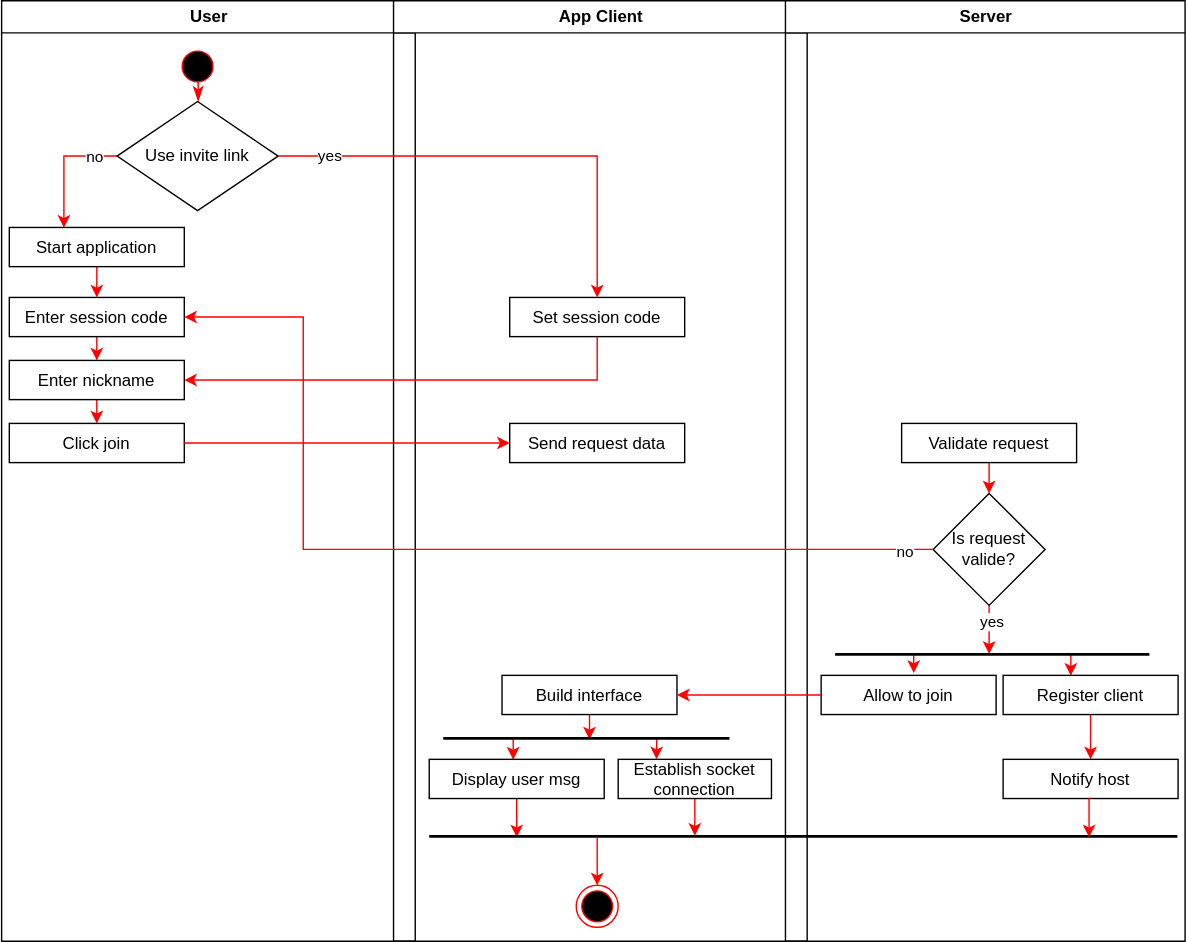
This is use-cases/activity_diagrams/join_session.svg from MaxiLambda/LectureFeed-Docs, a draw.io export, as it was before one commit. Source tidied: cells renumbered, new cells last; positions are measured from the earlier drawing's top-left corner, leaving out a move shared by most shapes.
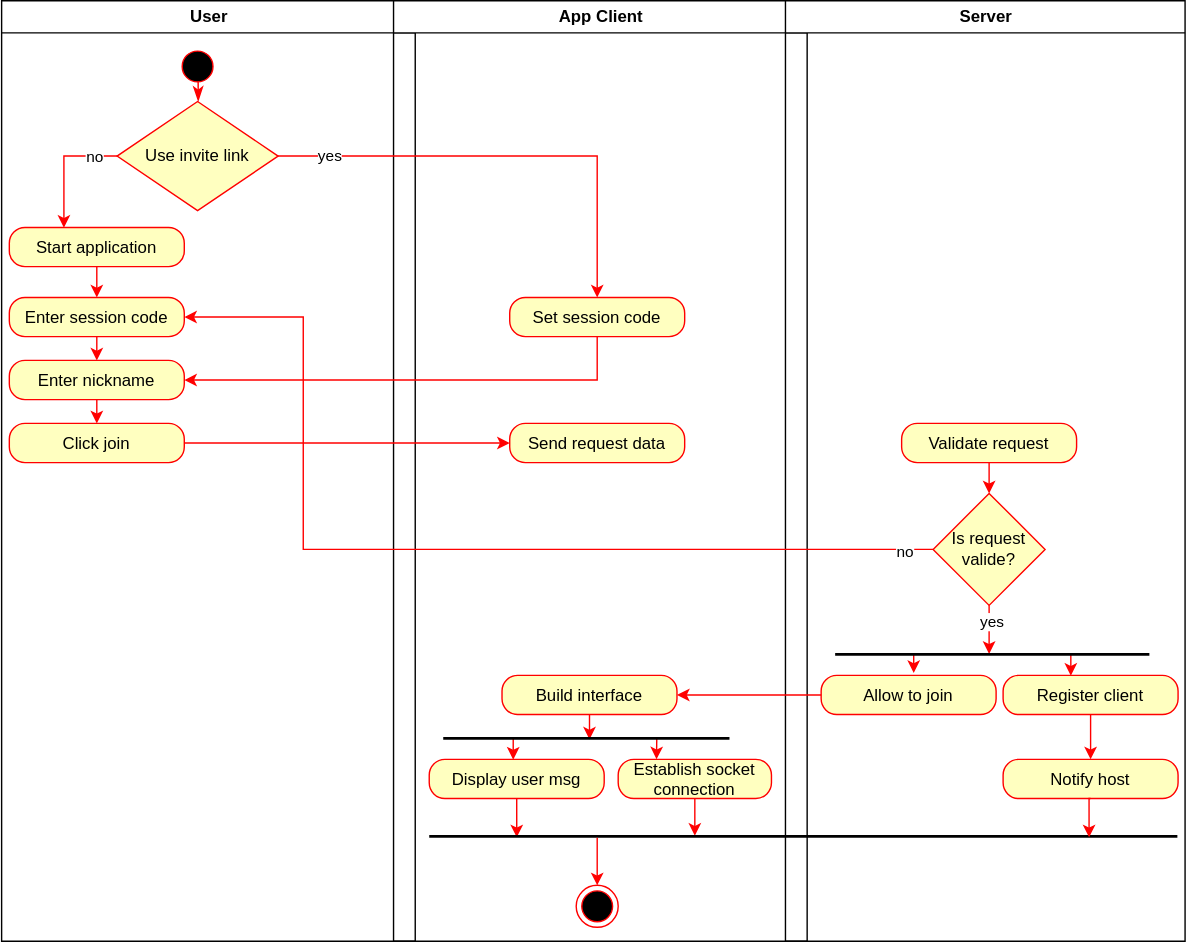
After the commit.

The edit, as a diff of the source:
```diff
@@ -19,28 +19,28 @@
         <mxPoint x="-5" y="2" as="offset" />
       </mxGeometry>
     </mxCell>
-    <mxCell id="7" value="Use invite link" style="rhombus;whiteSpace=wrap;html=1;direction=south;" parent="2" vertex="1">
+    <mxCell id="7" value="Use invite link" style="rhombus;whiteSpace=wrap;html=1;direction=south;strokeColor=#ff0000;fillColor=#ffffc0;" parent="2" vertex="1">
       <mxGeometry x="82.5" y="72" width="115" height="78" as="geometry" />
     </mxCell>
     <mxCell id="8" style="edgeStyle=orthogonalEdgeStyle;rounded=0;jettySize=auto;html=1;exitX=0.5;exitY=1;exitDx=0;exitDy=0;entryX=0.5;entryY=0;entryDx=0;entryDy=0;strokeColor=#FF0000;" parent="2" edge="1" source="9" target="11">
       <mxGeometry relative="1" as="geometry" />
     </mxCell>
-    <mxCell id="9" value="Start application" parent="2" vertex="1">
+    <mxCell id="9" value="Start application" style="rounded=1;fontColor=#000000;strokeColor=#ff0000;fillColor=#ffffc0;arcSize=40;" parent="2" vertex="1">
       <mxGeometry x="5.5" y="162" width="125" height="28" as="geometry" />
     </mxCell>
     <mxCell id="10" style="edgeStyle=orthogonalEdgeStyle;rounded=0;jettySize=auto;html=1;exitX=0.5;exitY=1;exitDx=0;exitDy=0;entryX=0.5;entryY=0;entryDx=0;entryDy=0;strokeColor=#FF0000;" parent="2" edge="1" source="11" target="13">
       <mxGeometry relative="1" as="geometry" />
     </mxCell>
-    <mxCell id="11" value="Enter session code" parent="2" vertex="1">
+    <mxCell id="11" value="Enter session code" style="rounded=1;fontColor=#000000;strokeColor=#ff0000;fillColor=#ffffc0;arcSize=40;" parent="2" vertex="1">
       <mxGeometry x="5.5" y="212" width="125" height="28" as="geometry" />
     </mxCell>
     <mxCell id="12" style="edgeStyle=orthogonalEdgeStyle;rounded=0;jettySize=auto;html=1;exitX=0.5;exitY=1;exitDx=0;exitDy=0;entryX=0.5;entryY=0;entryDx=0;entryDy=0;strokeColor=#FF0000;" parent="2" edge="1" source="13" target="14">
       <mxGeometry relative="1" as="geometry" />
     </mxCell>
-    <mxCell id="13" value="Enter nickname" parent="2" vertex="1">
+    <mxCell id="13" value="Enter nickname" style="rounded=1;fontColor=#000000;strokeColor=#ff0000;fillColor=#ffffc0;arcSize=40;" parent="2" vertex="1">
       <mxGeometry x="5.5" y="257" width="125" height="28" as="geometry" />
     </mxCell>
-    <mxCell id="14" value="Click join" parent="2" vertex="1">
+    <mxCell id="14" value="Click join" style="rounded=1;fontColor=#000000;strokeColor=#ff0000;fillColor=#ffffc0;arcSize=40;" parent="2" vertex="1">
       <mxGeometry x="5.5" y="302" width="125" height="28" as="geometry" />
     </mxCell>
     <mxCell id="15" value="App Client" style="swimlane;whiteSpace=wrap;startSize=23;" parent="1" vertex="1">
@@ -49,16 +49,16 @@
     <mxCell id="16" style="ellipse;html=1;shape=endState;fillColor=#000000;strokeColor=#ff0000;" parent="15" vertex="1">
       <mxGeometry x="130.5" y="632" width="30" height="30" as="geometry" />
     </mxCell>
-    <mxCell id="17" value="Set session code" parent="15" vertex="1">
+    <mxCell id="17" value="Set session code" style="rounded=1;fontColor=#000000;strokeColor=#ff0000;fillColor=#ffffc0;arcSize=40;" parent="15" vertex="1">
       <mxGeometry x="83" y="212" width="125" height="28" as="geometry" />
     </mxCell>
-    <mxCell id="18" value="Send request data" parent="15" vertex="1">
+    <mxCell id="18" value="Send request data" style="rounded=1;fontColor=#000000;strokeColor=#ff0000;fillColor=#ffffc0;arcSize=40;" parent="15" vertex="1">
       <mxGeometry x="83" y="302" width="125" height="28" as="geometry" />
     </mxCell>
     <mxCell id="19" style="edgeStyle=orthogonalEdgeStyle;rounded=0;jettySize=auto;html=1;exitX=0.5;exitY=1;exitDx=0;exitDy=0;entryX=0.511;entryY=0.578;entryDx=0;entryDy=0;entryPerimeter=0;strokeColor=#FF0000;" parent="15" edge="1" source="20" target="23">
       <mxGeometry relative="1" as="geometry" />
     </mxCell>
-    <mxCell id="20" value="Build interface" parent="15" vertex="1">
+    <mxCell id="20" value="Build interface" style="rounded=1;fontColor=#000000;strokeColor=#ff0000;fillColor=#ffffc0;arcSize=40;" parent="15" vertex="1">
       <mxGeometry x="77.5" y="482" width="125" height="28" as="geometry" />
     </mxCell>
     <mxCell id="21" style="edgeStyle=orthogonalEdgeStyle;rounded=0;jettySize=auto;html=1;exitX=0.25;exitY=0.5;exitDx=0;exitDy=0;exitPerimeter=0;entryX=0.48;entryY=0.008;entryDx=0;entryDy=0;entryPerimeter=0;strokeColor=#FF0000;" parent="15" edge="1" source="23" target="25">
@@ -73,13 +73,13 @@
     <mxCell id="24" style="edgeStyle=orthogonalEdgeStyle;rounded=0;jettySize=auto;html=1;entryX=0.117;entryY=0.574;entryDx=0;entryDy=0;entryPerimeter=0;strokeColor=#FF0000;" parent="15" edge="1" source="25" target="28">
       <mxGeometry relative="1" as="geometry" />
     </mxCell>
-    <mxCell id="25" value="Display user msg" parent="15" vertex="1">
+    <mxCell id="25" value="Display user msg" style="rounded=1;fontColor=#000000;strokeColor=#ff0000;fillColor=#ffffc0;arcSize=40;" parent="15" vertex="1">
       <mxGeometry x="25.5" y="542" width="125" height="28" as="geometry" />
     </mxCell>
     <mxCell id="26" style="edgeStyle=orthogonalEdgeStyle;rounded=0;jettySize=auto;html=1;exitX=0.5;exitY=1;exitDx=0;exitDy=0;entryX=0.355;entryY=0.458;entryDx=0;entryDy=0;entryPerimeter=0;strokeColor=#FF0000;" parent="15" edge="1" source="27" target="28">
       <mxGeometry relative="1" as="geometry" />
     </mxCell>
-    <mxCell id="27" value="Establish socket &#10;connection" parent="15" vertex="1">
+    <mxCell id="27" value="Establish socket &#10;connection" style="rounded=1;fontColor=#000000;strokeColor=#ff0000;fillColor=#ffffc0;arcSize=40;" parent="15" vertex="1">
       <mxGeometry x="160.5" y="542" width="109.5" height="28" as="geometry" />
     </mxCell>
     <mxCell id="28" style="line;strokeWidth=2;html=1;" parent="15" vertex="1">
@@ -99,7 +99,7 @@
     <mxCell id="31" style="edgeStyle=orthogonalEdgeStyle;rounded=0;jettySize=auto;html=1;exitX=0.5;exitY=1;exitDx=0;exitDy=0;entryX=0.5;entryY=0;entryDx=0;entryDy=0;strokeColor=#FF0000;" parent="30" edge="1" source="32" target="35">
       <mxGeometry relative="1" as="geometry" />
     </mxCell>
-    <mxCell id="32" value="Validate request" parent="30" vertex="1">
+    <mxCell id="32" value="Validate request" style="rounded=1;fontColor=#000000;strokeColor=#ff0000;fillColor=#ffffc0;arcSize=40;" parent="30" vertex="1">
       <mxGeometry x="83" y="302" width="125" height="28" as="geometry" />
     </mxCell>
     <mxCell id="33" style="edgeStyle=orthogonalEdgeStyle;rounded=0;jettySize=auto;html=1;exitX=0.5;exitY=1;exitDx=0;exitDy=0;entryX=0.49;entryY=0.467;entryDx=0;entryDy=0;entryPerimeter=0;strokeColor=#FF0000;" parent="30" edge="1" source="35" target="38">
@@ -108,7 +108,7 @@
     <mxCell id="34" value="yes" style="edgeLabel;html=1;align=center;verticalAlign=middle;" parent="33" vertex="1">
       <mxGeometry x="-0.31" y="1" relative="1" as="geometry" />
     </mxCell>
-    <mxCell id="35" value="Is request&lt;br&gt;valide?" style="rhombus;whiteSpace=wrap;html=1;" parent="30" vertex="1">
+    <mxCell id="35" value="Is request&lt;br&gt;valide?" style="rhombus;whiteSpace=wrap;html=1;strokeColor=#ff0000;fillColor=#ffffc0;" parent="30" vertex="1">
       <mxGeometry x="105.5" y="352" width="80" height="80" as="geometry" />
     </mxCell>
     <mxCell id="36" style="edgeStyle=orthogonalEdgeStyle;rounded=0;jettySize=auto;html=1;exitX=0.25;exitY=0.5;exitDx=0;exitDy=0;exitPerimeter=0;entryX=0.529;entryY=-0.062;entryDx=0;entryDy=0;entryPerimeter=0;strokeColor=#FF0000;" parent="30" edge="1" source="38" target="39">
@@ -120,16 +120,16 @@
     <mxCell id="38" style="line;strokeWidth=2;html=1;" parent="30" vertex="1">
       <mxGeometry x="35.5" y="462" width="224.5" height="10" as="geometry" />
     </mxCell>
-    <mxCell id="39" value="Allow to join" parent="30" vertex="1">
+    <mxCell id="39" value="Allow to join" style="rounded=1;fontColor=#000000;strokeColor=#ff0000;fillColor=#ffffc0;arcSize=40;" parent="30" vertex="1">
       <mxGeometry x="25.5" y="482" width="125" height="28" as="geometry" />
     </mxCell>
     <mxCell id="40" style="edgeStyle=orthogonalEdgeStyle;rounded=0;jettySize=auto;html=1;exitX=0.5;exitY=1;exitDx=0;exitDy=0;entryX=0.5;entryY=0;entryDx=0;entryDy=0;strokeColor=#FF0000;" parent="30" edge="1" source="41" target="42">
       <mxGeometry relative="1" as="geometry" />
     </mxCell>
-    <mxCell id="41" value="Register client" parent="30" vertex="1">
+    <mxCell id="41" value="Register client" style="rounded=1;fontColor=#000000;strokeColor=#ff0000;fillColor=#ffffc0;arcSize=40;" parent="30" vertex="1">
       <mxGeometry x="155.5" y="482" width="125" height="28" as="geometry" />
     </mxCell>
-    <mxCell id="42" value="Notify host" parent="30" vertex="1">
+    <mxCell id="42" value="Notify host" style="rounded=1;fontColor=#000000;strokeColor=#ff0000;fillColor=#ffffc0;arcSize=40;" parent="30" vertex="1">
       <mxGeometry x="155.5" y="542" width="125" height="28" as="geometry" />
     </mxCell>
     <mxCell id="43" style="edgeStyle=orthogonalEdgeStyle;rounded=0;jettySize=auto;html=1;exitX=0.5;exitY=0;exitDx=0;exitDy=0;entryX=0.5;entryY=0;entryDx=0;entryDy=0;strokeColor=#FF0000;" parent="1" edge="1" source="7" target="17">
```
